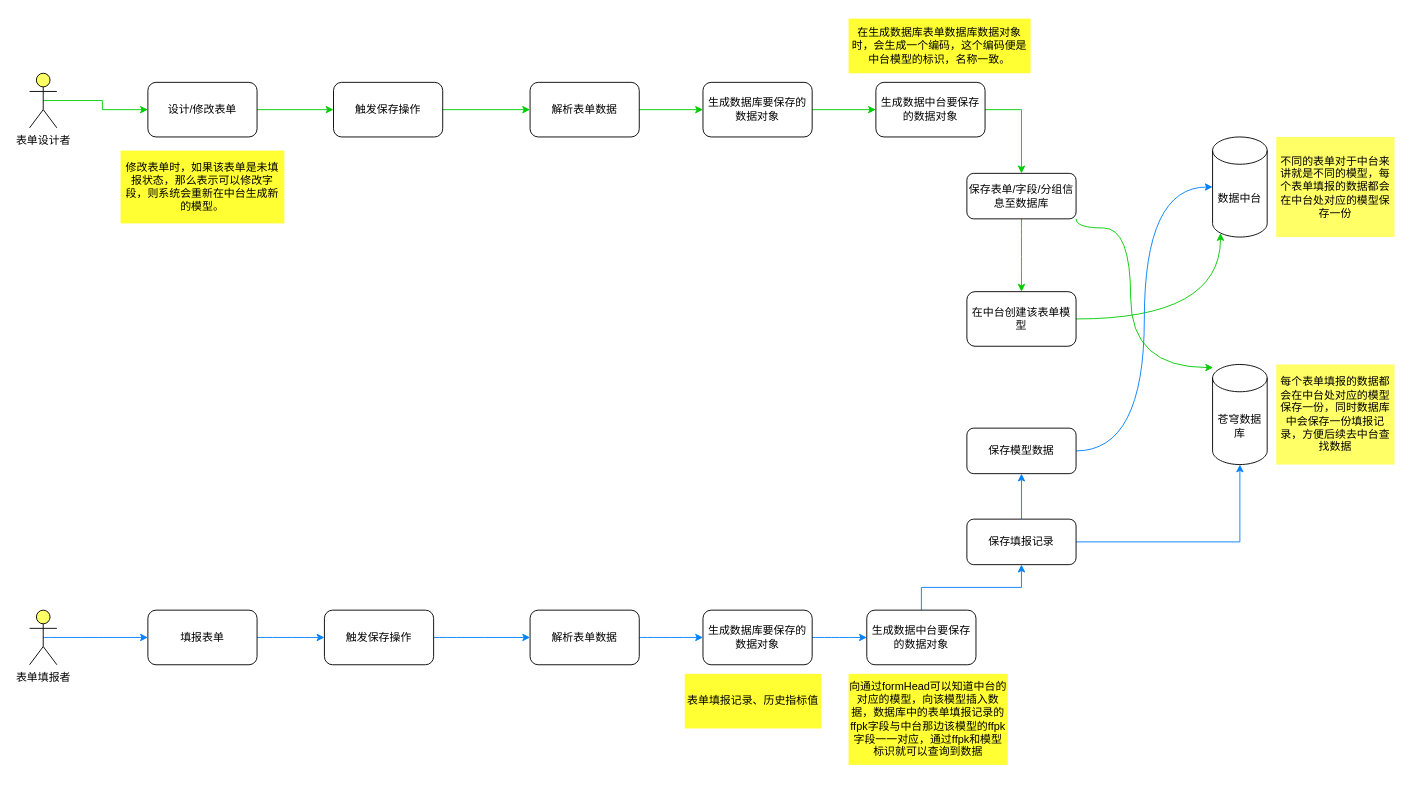
The draw.io diagram page "Page-1" (1 of 2) of 表单设计器-设计时数据流图.drawio in jethrozz/draw, before the edit. Source tidied: cells renumbered, new cells numbered last; positions are measured from the earlier drawing's top-left corner, leaving out a move shared by most shapes. Both pictures are drawn from the tidied source at 91%, with x=0, y=0 at pixel (29, 18).
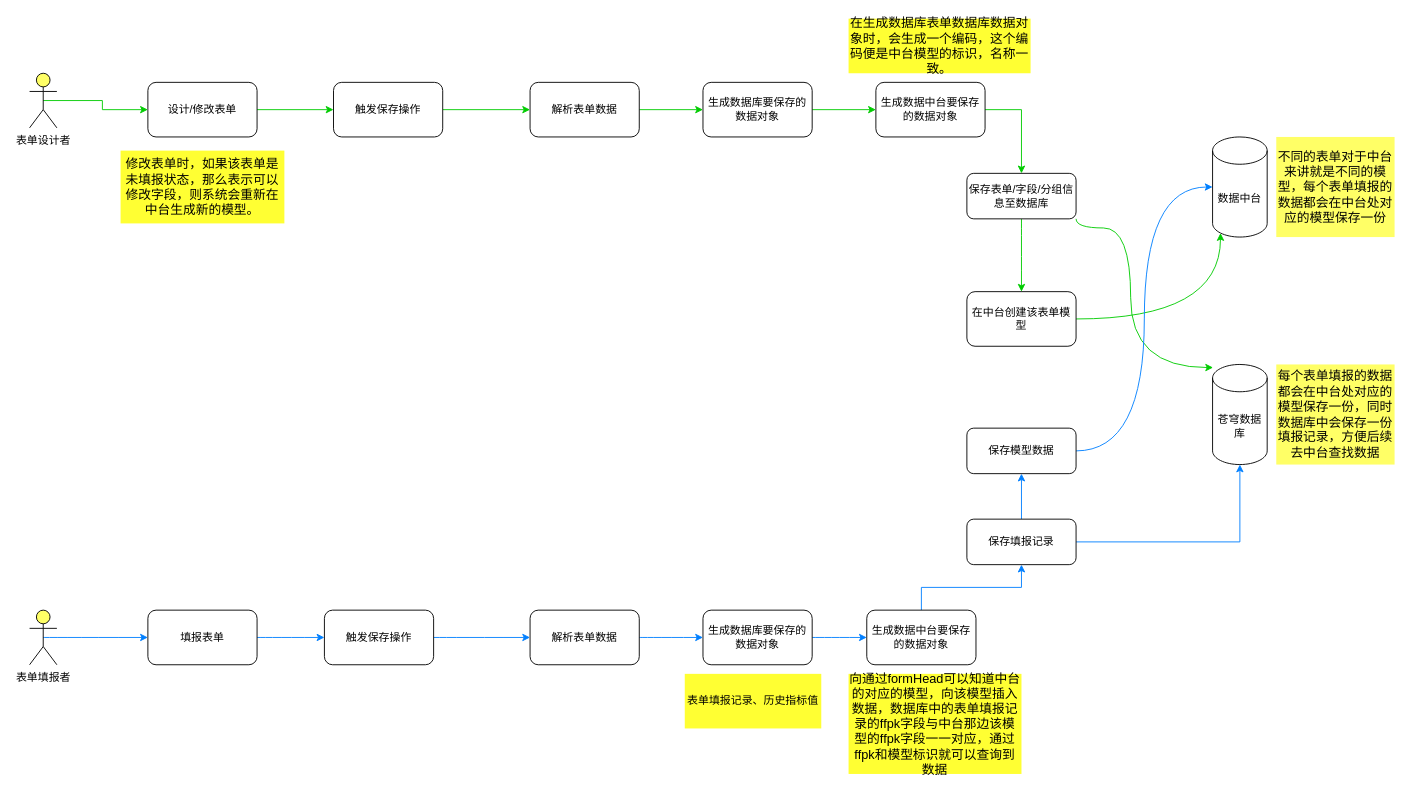
The same page after the edit.

Commit message (it also covers changes not shown here):
Update 表单设计器-设计时数据流图.drawio

The edit, as a diff of the source:
```diff
@@
-    <mxCell id="4" value="不同的表单对于中台来讲就是不同的模型，每个表单填报的数据都会在中台处对应的模型保存一份" style="text;html=1;strokeColor=none;fillColor=#FFFF66;align=center;verticalAlign=middle;whiteSpace=wrap;rounded=0;" parent="1" vertex="1">
+    <mxCell id="4" value="&lt;font style=&quot;font-size: 14px&quot;&gt;不同的表单对于中台来讲就是不同的模型，每个表单填报的数据都会在中台处对应的模型保存一份&lt;/font&gt;" style="text;html=1;strokeColor=none;fillColor=#FFFF66;align=center;verticalAlign=middle;whiteSpace=wrap;rounded=0;" parent="1" vertex="1">
       <mxGeometry x="1370" y="130" width="130" height="110" as="geometry" />
     </mxCell>
-    <mxCell id="5" value="每个表单填报的数据都会在中台处对应的模型保存一份，同时数据库中会保存一份填报记录，方便后续去中台查找数据" style="text;html=1;strokeColor=none;fillColor=#FFFF66;align=center;verticalAlign=middle;whiteSpace=wrap;rounded=0;" parent="1" vertex="1">
+    <mxCell id="5" value="&lt;font style=&quot;font-size: 14px&quot;&gt;每个表单填报的数据都会在中台处对应的模型保存一份，同时数据库中会保存一份填报记录，方便后续去中台查找数据&lt;/font&gt;" style="text;html=1;strokeColor=none;fillColor=#FFFF66;align=center;verticalAlign=middle;whiteSpace=wrap;rounded=0;" parent="1" vertex="1">
       <mxGeometry x="1370" y="380" width="130" height="110" as="geometry" />
     </mxCell>
@@
-    <mxCell id="27" value="修改表单时，如果该表单是未填报状态，那么表示可以修改字段，则系统会重新在中台生成新的模型。" style="text;html=1;strokeColor=none;fillColor=#FFFF33;align=center;verticalAlign=middle;whiteSpace=wrap;rounded=0;" parent="1" vertex="1">
+    <mxCell id="27" value="&lt;font style=&quot;font-size: 14px&quot;&gt;修改表单时，如果该表单是未填报状态，那么表示可以修改字段，则系统会重新在中台生成新的模型。&lt;/font&gt;" style="text;html=1;strokeColor=none;fillColor=#FFFF33;align=center;verticalAlign=middle;whiteSpace=wrap;rounded=0;" parent="1" vertex="1">
       <mxGeometry x="100" y="145" width="180" height="80" as="geometry" />
     </mxCell>
-    <mxCell id="28" value="在生成数据库表单数据库数据对象时，会生成一个编码，这个编码便是中台模型的标识，名称一致。" style="text;html=1;strokeColor=none;fillColor=#FFFF33;align=center;verticalAlign=middle;whiteSpace=wrap;rounded=0;" parent="1" vertex="1">
+    <mxCell id="28" value="&lt;font style=&quot;font-size: 14px&quot;&gt;在生成数据库表单数据库数据对象时，会生成一个编码，这个编码便是中台模型的标识，名称一致。&lt;/font&gt;" style="text;html=1;strokeColor=none;fillColor=#FFFF33;align=center;verticalAlign=middle;whiteSpace=wrap;rounded=0;" parent="1" vertex="1">
       <mxGeometry x="900" width="200" height="60" as="geometry" />
     </mxCell>
@@
-    <mxCell id="38" value="向通过formHead可以知道中台的对应的模型，向该模型插入数据，数据库中的表单填报记录的ffpk字段与中台那边该模型的ffpk字段一一对应，通过ffpk和模型标识就可以查询到数据" style="text;html=1;strokeColor=none;fillColor=#FFFF33;align=center;verticalAlign=middle;whiteSpace=wrap;rounded=0;" parent="1" vertex="1">
-      <mxGeometry x="900" y="720" width="175" height="100" as="geometry" />
+    <mxCell id="38" value="&lt;font style=&quot;font-size: 14px&quot;&gt;向通过formHead可以知道中台的对应的模型，向该模型插入数据，数据库中的表单填报记录的ffpk字段与中台那边该模型的ffpk字段一一对应，通过ffpk和模型标识就可以查询到数据&lt;/font&gt;" style="text;html=1;strokeColor=none;fillColor=#FFFF33;align=center;verticalAlign=middle;whiteSpace=wrap;rounded=0;" parent="1" vertex="1">
+      <mxGeometry x="900" y="720" width="190" height="110" as="geometry" />
     </mxCell>
```
